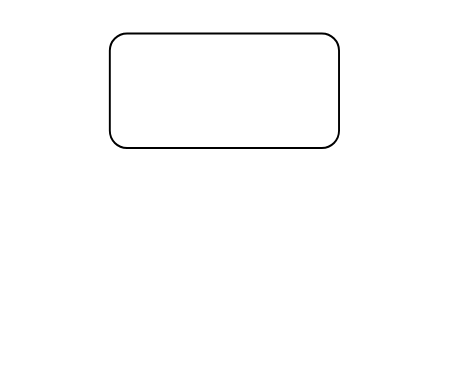
This is page "Log in" (2 of 2) of Untitled Diagram.drawio from Mydiman/SBA_6C_03, a draw.io file, before an edit. Source tidied: cells renumbered, new cells numbered last; positions are measured from the earlier drawing's top-left corner, leaving out a move shared by most shapes. Both pictures are drawn from the tidied source at 191%, with x=0, y=0 at pixel (109, 32).
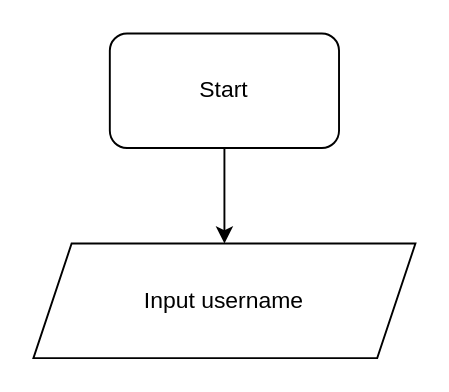
After the change.

What changed in the source:
```diff
@@
 <mxGraphModel>
   <root>
     <mxCell id="0" />
     <mxCell id="1" parent="0" />
+    <mxCell id="3" style="edgeStyle=orthogonalEdgeStyle;rounded=0;jettySize=auto;html=1;" parent="1" edge="1" source="2" target="4">
+      <mxGeometry relative="1" as="geometry" />
+    </mxCell>
-    <mxCell id="2" style="rounded=1;whiteSpace=wrap;html=1;" parent="1" vertex="1">
+    <mxCell id="2" value="Start" style="rounded=1;whiteSpace=wrap;html=1;" parent="1" vertex="1">
       <mxGeometry width="120" height="60" as="geometry" />
     </mxCell>
+    <mxCell id="4" value="Input username" style="shape=parallelogram;perimeter=parallelogramPerimeter;whiteSpace=wrap;html=1;fixedSize=1;" parent="1" vertex="1">
+      <mxGeometry x="-40" y="110" width="200" height="60" as="geometry" />
+    </mxCell>
   </root>
 </mxGraphModel>
```
